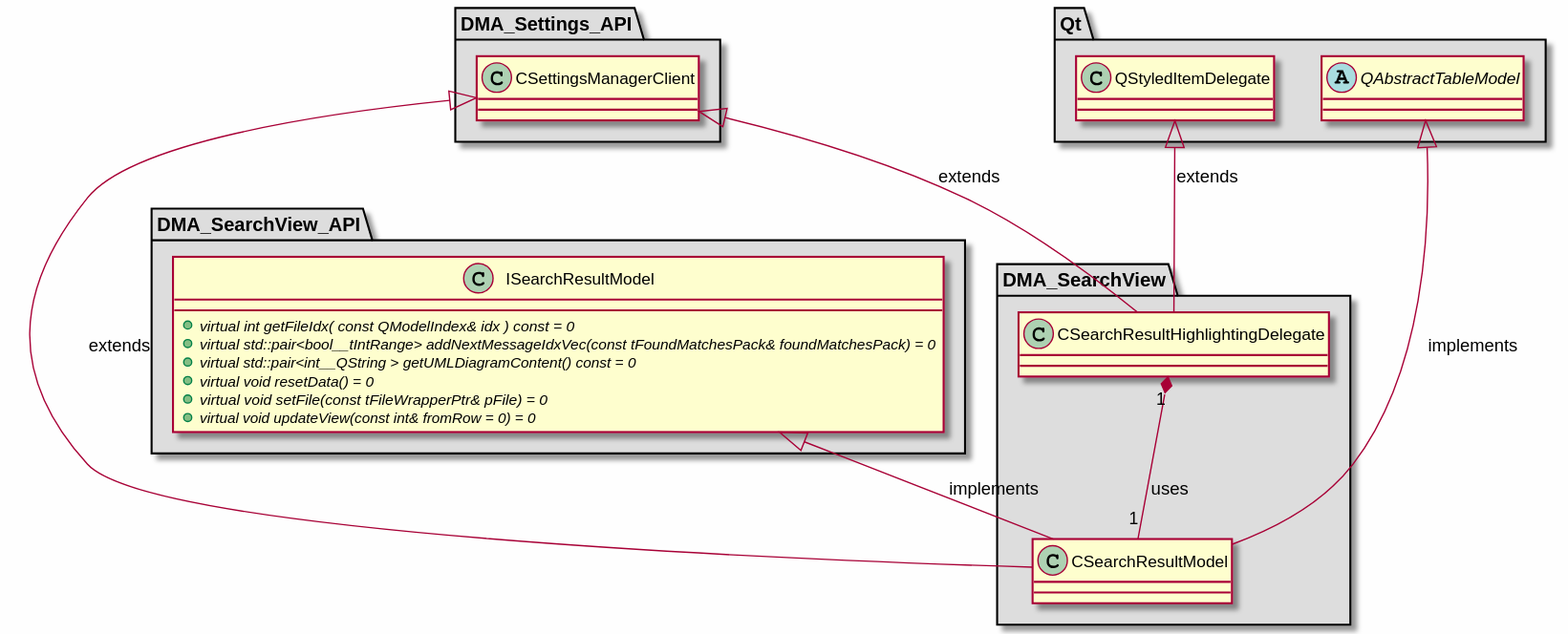
Above: md/dev_docs/puml/DMA_SearchView_standalone.svg in svlad-90/DLT-Message-Analyzer (PlantUML), before the change.
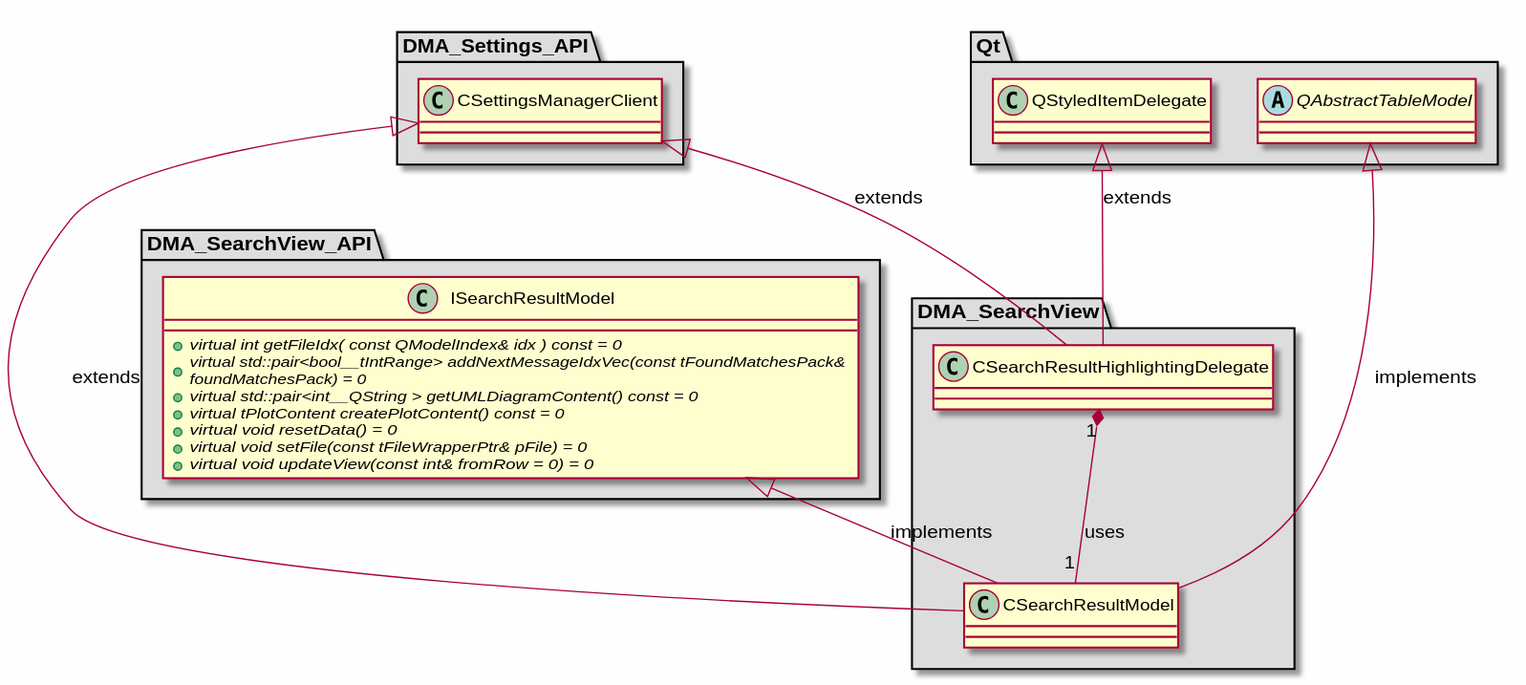
After the commit.

Diff of the diagram source:
```diff
@@ -23,6 +23,7 @@
     + {abstract} virtual int getFileIdx( const QModelIndex& idx ) const = 0
     + {abstract} virtual std::pair<bool__tIntRange> addNextMessageIdxVec(const tFoundMatchesPack& foundMatchesPack) = 0
     + {abstract} virtual std::pair<int__QString > getUMLDiagramContent() const = 0
+    + {abstract} virtual tPlotContent createPlotContent() const = 0
     + {abstract} virtual void resetData() = 0
     + {abstract} virtual void setFile(const tFileWrapperPtr& pFile) = 0
     + {abstract} virtual void updateView(const int& fromRow = 0) = 0
```
